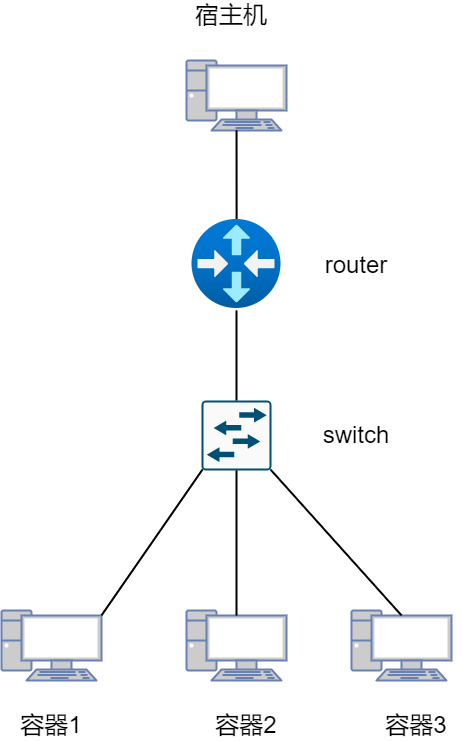
Earlier version of the draw.io export blog/network/docker-network/network.png (zgjsxx/static-img-repo). Source tidied: cells renumbered, new cells last; positions are measured from the earlier drawing's top-left corner, leaving out a move shared by most shapes. The source it was exported from:
```xml
<mxGraphModel>
  <root>
    <mxCell id="0" />
    <mxCell id="1" parent="0" />
    <mxCell id="2" style="edgeStyle=none;rounded=0;jettySize=auto;html=1;exitX=0.015;exitY=0.985;exitDx=0;exitDy=0;exitPerimeter=0;entryX=1;entryY=0.07;entryDx=0;entryDy=0;entryPerimeter=0;endArrow=none;endFill=0;" parent="1" edge="1" source="4" target="5">
      <mxGeometry relative="1" as="geometry" />
    </mxCell>
    <mxCell id="3" style="edgeStyle=none;rounded=0;jettySize=auto;html=1;exitX=0.5;exitY=0;exitDx=0;exitDy=0;exitPerimeter=0;endArrow=none;endFill=0;entryX=0.5;entryY=0.8;entryDx=0;entryDy=0;entryPerimeter=0;" parent="1" edge="1" source="4">
      <mxGeometry relative="1" as="geometry">
        <mxPoint x="235" y="310" as="targetPoint" />
      </mxGeometry>
    </mxCell>
    <mxCell id="4" style="sketch=0;points=[[0.015,0.015,0],[0.985,0.015,0],[0.985,0.985,0],[0.015,0.985,0],[0.25,0,0],[0.5,0,0],[0.75,0,0],[1,0.25,0],[1,0.5,0],[1,0.75,0],[0.75,1,0],[0.5,1,0],[0.25,1,0],[0,0.75,0],[0,0.5,0],[0,0.25,0]];verticalLabelPosition=bottom;html=1;verticalAlign=top;align=center;shape=mxgraph.cisco19.rect;prIcon=l2_switch;fillColor=#FAFAFA;strokeColor=#005073;" parent="1" vertex="1">
      <mxGeometry x="200" y="400" width="70" height="70" as="geometry" />
    </mxCell>
    <mxCell id="5" style="fontColor=#0066CC;verticalAlign=top;verticalLabelPosition=bottom;labelPosition=center;align=center;html=1;outlineConnect=0;fillColor=#CCCCCC;strokeColor=#6881B3;gradientColor=none;gradientDirection=north;strokeWidth=2;shape=mxgraph.networks.pc;" parent="1" vertex="1">
      <mxGeometry y="610" width="100" height="70" as="geometry" />
    </mxCell>
    <mxCell id="6" style="fontColor=#0066CC;verticalAlign=top;verticalLabelPosition=bottom;labelPosition=center;align=center;html=1;outlineConnect=0;fillColor=#CCCCCC;strokeColor=#6881B3;gradientColor=none;gradientDirection=north;strokeWidth=2;shape=mxgraph.networks.pc;" parent="1" vertex="1">
      <mxGeometry x="185" y="610" width="100" height="70" as="geometry" />
    </mxCell>
    <mxCell id="7" style="fontColor=#0066CC;verticalAlign=top;verticalLabelPosition=bottom;labelPosition=center;align=center;html=1;outlineConnect=0;fillColor=#CCCCCC;strokeColor=#6881B3;gradientColor=none;gradientDirection=north;strokeWidth=2;shape=mxgraph.networks.pc;" parent="1" vertex="1">
      <mxGeometry x="350" y="610" width="100" height="70" as="geometry" />
    </mxCell>
    <mxCell id="8" style="edgeStyle=none;rounded=0;jettySize=auto;html=1;exitX=0.5;exitY=1;exitDx=0;exitDy=0;exitPerimeter=0;entryX=0.5;entryY=0.07;entryDx=0;entryDy=0;entryPerimeter=0;endArrow=none;endFill=0;" parent="1" edge="1" source="4" target="6">
      <mxGeometry relative="1" as="geometry" />
    </mxCell>
    <mxCell id="9" style="edgeStyle=none;rounded=0;jettySize=auto;html=1;exitX=0.985;exitY=0.985;exitDx=0;exitDy=0;exitPerimeter=0;entryX=0.5;entryY=0.07;entryDx=0;entryDy=0;entryPerimeter=0;endArrow=none;endFill=0;fontSize=13;strokeWidth=2;" parent="1" edge="1" source="4" target="7">
      <mxGeometry relative="1" as="geometry" />
    </mxCell>
    <mxCell id="10" style="fontColor=#0066CC;verticalAlign=top;verticalLabelPosition=bottom;labelPosition=center;align=center;html=1;outlineConnect=0;fillColor=#CCCCCC;strokeColor=#6881B3;gradientColor=none;gradientDirection=north;strokeWidth=2;shape=mxgraph.networks.pc;" parent="1" vertex="1">
      <mxGeometry x="185" y="60" width="100" height="70" as="geometry" />
    </mxCell>
    <mxCell id="11" style="edgeStyle=none;rounded=0;jettySize=auto;html=1;endArrow=none;endFill=0;exitX=0.501;exitY=-0.007;exitDx=0;exitDy=0;exitPerimeter=0;" parent="1" edge="1" source="13" target="10">
      <mxGeometry relative="1" as="geometry" />
    </mxCell>
    <mxCell id="12" style="edgeStyle=none;rounded=0;jettySize=auto;html=1;fontSize=13;endArrow=none;endFill=0;" parent="1" edge="1" source="13" target="10">
      <mxGeometry relative="1" as="geometry" />
    </mxCell>
    <mxCell id="13" style="html=1;points=[];align=center;image;fontSize=12;image=img/lib/azure2/networking/Virtual_Router.svg;" parent="1" vertex="1">
      <mxGeometry x="190.5" y="219" width="89" height="89" as="geometry" />
    </mxCell>
    <mxCell id="14" style="edgeStyle=none;rounded=0;orthogonalLoop=1;jettySize=auto;html=1;endArrow=none;endFill=0;exitX=0.501;exitY=-0.007;exitDx=0;exitDy=0;exitPerimeter=0;fontSize=17;strokeWidth=2;" parent="1" edge="1">
      <mxGeometry relative="1" as="geometry">
        <mxPoint x="235.1" y="218.4" as="sourcePoint" />
        <mxPoint x="235" y="130" as="targetPoint" />
      </mxGeometry>
    </mxCell>
    <mxCell id="15" style="edgeStyle=none;rounded=0;orthogonalLoop=1;jettySize=auto;html=1;exitX=0.5;exitY=0;exitDx=0;exitDy=0;exitPerimeter=0;endArrow=none;endFill=0;entryX=0.5;entryY=0.8;entryDx=0;entryDy=0;entryPerimeter=0;fontSize=13;strokeWidth=2;" parent="1" edge="1">
      <mxGeometry relative="1" as="geometry">
        <mxPoint x="235" y="400" as="sourcePoint" />
        <mxPoint x="235" y="310" as="targetPoint" />
      </mxGeometry>
    </mxCell>
    <mxCell id="16" style="edgeStyle=none;rounded=0;orthogonalLoop=1;jettySize=auto;html=1;exitX=0.015;exitY=0.985;exitDx=0;exitDy=0;exitPerimeter=0;entryX=1;entryY=0.07;entryDx=0;entryDy=0;entryPerimeter=0;endArrow=none;endFill=0;fontSize=13;strokeWidth=2;" parent="1" edge="1">
      <mxGeometry relative="1" as="geometry">
        <mxPoint x="201.1" y="469" as="sourcePoint" />
        <mxPoint x="100" y="614.9" as="targetPoint" />
      </mxGeometry>
    </mxCell>
    <mxCell id="17" style="edgeStyle=none;rounded=0;orthogonalLoop=1;jettySize=auto;html=1;exitX=0.5;exitY=1;exitDx=0;exitDy=0;exitPerimeter=0;entryX=0.5;entryY=0.07;entryDx=0;entryDy=0;entryPerimeter=0;endArrow=none;endFill=0;fontSize=13;strokeWidth=2;" parent="1" edge="1">
      <mxGeometry relative="1" as="geometry">
        <mxPoint x="235" y="470" as="sourcePoint" />
        <mxPoint x="235" y="614.9" as="targetPoint" />
      </mxGeometry>
    </mxCell>
    <mxCell id="18" value="&lt;font style=&quot;font-size: 24px;&quot;&gt;宿主机&lt;/font&gt;" style="text;strokeColor=none;align=center;fillColor=none;html=1;verticalAlign=middle;whiteSpace=wrap;rounded=0;fontSize=17;" parent="1" vertex="1">
      <mxGeometry x="185" width="90" height="30" as="geometry" />
    </mxCell>
    <mxCell id="19" value="&lt;font style=&quot;font-size: 24px;&quot;&gt;容器1&lt;/font&gt;" style="text;strokeColor=none;align=center;fillColor=none;html=1;verticalAlign=middle;whiteSpace=wrap;rounded=0;fontSize=17;" parent="1" vertex="1">
      <mxGeometry x="5" y="710" width="90" height="30" as="geometry" />
    </mxCell>
    <mxCell id="20" value="&lt;font style=&quot;font-size: 24px;&quot;&gt;容器2&lt;/font&gt;" style="text;strokeColor=none;align=center;fillColor=none;html=1;verticalAlign=middle;whiteSpace=wrap;rounded=0;fontSize=17;" parent="1" vertex="1">
      <mxGeometry x="200" y="710" width="90" height="30" as="geometry" />
    </mxCell>
    <mxCell id="21" value="&lt;font style=&quot;font-size: 24px;&quot;&gt;容器3&lt;/font&gt;" style="text;strokeColor=none;align=center;fillColor=none;html=1;verticalAlign=middle;whiteSpace=wrap;rounded=0;fontSize=17;" parent="1" vertex="1">
      <mxGeometry x="370" y="710" width="90" height="30" as="geometry" />
    </mxCell>
    <mxCell id="22" value="&lt;font style=&quot;font-size: 24px;&quot;&gt;router&lt;/font&gt;" style="text;strokeColor=none;align=center;fillColor=none;html=1;verticalAlign=middle;whiteSpace=wrap;rounded=0;fontSize=17;" parent="1" vertex="1">
      <mxGeometry x="310" y="250" width="90" height="30" as="geometry" />
    </mxCell>
    <mxCell id="23" value="&lt;font style=&quot;font-size: 24px;&quot;&gt;switch&lt;/font&gt;" style="text;strokeColor=none;align=center;fillColor=none;html=1;verticalAlign=middle;whiteSpace=wrap;rounded=0;fontSize=17;" parent="1" vertex="1">
      <mxGeometry x="310" y="420" width="90" height="30" as="geometry" />
    </mxCell>
  </root>
</mxGraphModel>
```
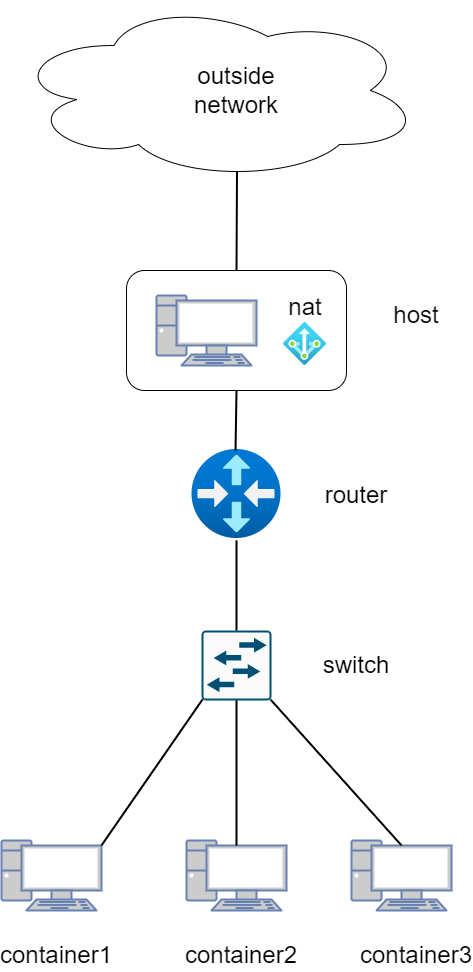
After the change.

The edit, as a diff of the source:
```diff
@@ -28,24 +28,9 @@
     <mxCell id="9" style="edgeStyle=none;rounded=0;jettySize=auto;html=1;exitX=0.985;exitY=0.985;exitDx=0;exitDy=0;exitPerimeter=0;entryX=0.5;entryY=0.07;entryDx=0;entryDy=0;entryPerimeter=0;endArrow=none;endFill=0;fontSize=13;strokeWidth=2;" parent="1" edge="1" source="4" target="7">
       <mxGeometry relative="1" as="geometry" />
     </mxCell>
-    <mxCell id="10" style="fontColor=#0066CC;verticalAlign=top;verticalLabelPosition=bottom;labelPosition=center;align=center;html=1;outlineConnect=0;fillColor=#CCCCCC;strokeColor=#6881B3;gradientColor=none;gradientDirection=north;strokeWidth=2;shape=mxgraph.networks.pc;" parent="1" vertex="1">
-      <mxGeometry x="185" y="60" width="100" height="70" as="geometry" />
-    </mxCell>
-    <mxCell id="11" style="edgeStyle=none;rounded=0;jettySize=auto;html=1;endArrow=none;endFill=0;exitX=0.501;exitY=-0.007;exitDx=0;exitDy=0;exitPerimeter=0;" parent="1" edge="1" source="13" target="10">
-      <mxGeometry relative="1" as="geometry" />
-    </mxCell>
-    <mxCell id="12" style="edgeStyle=none;rounded=0;jettySize=auto;html=1;fontSize=13;endArrow=none;endFill=0;" parent="1" edge="1" source="13" target="10">
-      <mxGeometry relative="1" as="geometry" />
-    </mxCell>
     <mxCell id="13" style="html=1;points=[];align=center;image;fontSize=12;image=img/lib/azure2/networking/Virtual_Router.svg;" parent="1" vertex="1">
       <mxGeometry x="190.5" y="219" width="89" height="89" as="geometry" />
     </mxCell>
-    <mxCell id="14" style="edgeStyle=none;rounded=0;orthogonalLoop=1;jettySize=auto;html=1;endArrow=none;endFill=0;exitX=0.501;exitY=-0.007;exitDx=0;exitDy=0;exitPerimeter=0;fontSize=17;strokeWidth=2;" parent="1" edge="1">
-      <mxGeometry relative="1" as="geometry">
-        <mxPoint x="235.1" y="218.4" as="sourcePoint" />
-        <mxPoint x="235" y="130" as="targetPoint" />
-      </mxGeometry>
-    </mxCell>
     <mxCell id="15" style="edgeStyle=none;rounded=0;orthogonalLoop=1;jettySize=auto;html=1;exitX=0.5;exitY=0;exitDx=0;exitDy=0;exitPerimeter=0;endArrow=none;endFill=0;entryX=0.5;entryY=0.8;entryDx=0;entryDy=0;entryPerimeter=0;fontSize=13;strokeWidth=2;" parent="1" edge="1">
       <mxGeometry relative="1" as="geometry">
         <mxPoint x="235" y="400" as="sourcePoint" />
@@ -64,23 +49,50 @@
         <mxPoint x="235" y="614.9" as="targetPoint" />
       </mxGeometry>
     </mxCell>
-    <mxCell id="18" value="&lt;font style=&quot;font-size: 24px;&quot;&gt;宿主机&lt;/font&gt;" style="text;strokeColor=none;align=center;fillColor=none;html=1;verticalAlign=middle;whiteSpace=wrap;rounded=0;fontSize=17;" parent="1" vertex="1">
-      <mxGeometry x="185" width="90" height="30" as="geometry" />
+    <mxCell id="18" value="&lt;font style=&quot;font-size: 24px;&quot;&gt;host&lt;/font&gt;" style="text;strokeColor=none;align=center;fillColor=none;html=1;verticalAlign=middle;whiteSpace=wrap;rounded=0;fontSize=17;" parent="1" vertex="1">
+      <mxGeometry x="370" y="70" width="90" height="30" as="geometry" />
     </mxCell>
-    <mxCell id="19" value="&lt;font style=&quot;font-size: 24px;&quot;&gt;容器1&lt;/font&gt;" style="text;strokeColor=none;align=center;fillColor=none;html=1;verticalAlign=middle;whiteSpace=wrap;rounded=0;fontSize=17;" parent="1" vertex="1">
-      <mxGeometry x="5" y="710" width="90" height="30" as="geometry" />
+    <mxCell id="19" value="&lt;font style=&quot;font-size: 24px;&quot;&gt;container1&lt;/font&gt;" style="text;strokeColor=none;align=center;fillColor=none;html=1;verticalAlign=middle;whiteSpace=wrap;rounded=0;fontSize=17;" parent="1" vertex="1">
+      <mxGeometry x="10" y="710" width="90" height="30" as="geometry" />
     </mxCell>
-    <mxCell id="20" value="&lt;font style=&quot;font-size: 24px;&quot;&gt;容器2&lt;/font&gt;" style="text;strokeColor=none;align=center;fillColor=none;html=1;verticalAlign=middle;whiteSpace=wrap;rounded=0;fontSize=17;" parent="1" vertex="1">
-      <mxGeometry x="200" y="710" width="90" height="30" as="geometry" />
-    </mxCell>
-    <mxCell id="21" value="&lt;font style=&quot;font-size: 24px;&quot;&gt;容器3&lt;/font&gt;" style="text;strokeColor=none;align=center;fillColor=none;html=1;verticalAlign=middle;whiteSpace=wrap;rounded=0;fontSize=17;" parent="1" vertex="1">
-      <mxGeometry x="370" y="710" width="90" height="30" as="geometry" />
-    </mxCell>
     <mxCell id="22" value="&lt;font style=&quot;font-size: 24px;&quot;&gt;router&lt;/font&gt;" style="text;strokeColor=none;align=center;fillColor=none;html=1;verticalAlign=middle;whiteSpace=wrap;rounded=0;fontSize=17;" parent="1" vertex="1">
       <mxGeometry x="310" y="250" width="90" height="30" as="geometry" />
     </mxCell>
     <mxCell id="23" value="&lt;font style=&quot;font-size: 24px;&quot;&gt;switch&lt;/font&gt;" style="text;strokeColor=none;align=center;fillColor=none;html=1;verticalAlign=middle;whiteSpace=wrap;rounded=0;fontSize=17;" parent="1" vertex="1">
       <mxGeometry x="310" y="420" width="90" height="30" as="geometry" />
     </mxCell>
+    <mxCell id="24" value="&lt;font style=&quot;font-size: 24px;&quot;&gt;container3&lt;/font&gt;" style="text;strokeColor=none;align=center;fillColor=none;html=1;verticalAlign=middle;whiteSpace=wrap;rounded=0;fontSize=17;" parent="1" vertex="1">
+      <mxGeometry x="370" y="710" width="90" height="30" as="geometry" />
+    </mxCell>
+    <mxCell id="25" value="&lt;font style=&quot;font-size: 24px;&quot;&gt;container2&lt;/font&gt;" style="text;strokeColor=none;align=center;fillColor=none;html=1;verticalAlign=middle;whiteSpace=wrap;rounded=0;fontSize=17;" parent="1" vertex="1">
+      <mxGeometry x="195" y="710" width="90" height="30" as="geometry" />
+    </mxCell>
+    <mxCell id="26" style="group;" parent="1" vertex="1">
+      <mxGeometry x="125" y="40" width="220" height="120" as="geometry" />
+    </mxCell>
+    <mxCell id="27" style="rounded=1;whiteSpace=wrap;html=1;fontSize=24;" parent="26" vertex="1">
+      <mxGeometry width="220" height="120" as="geometry" />
+    </mxCell>
+    <mxCell id="10" style="fontColor=#0066CC;verticalAlign=top;verticalLabelPosition=bottom;labelPosition=center;align=center;html=1;outlineConnect=0;fillColor=#CCCCCC;strokeColor=#6881B3;gradientColor=none;gradientDirection=north;strokeWidth=2;shape=mxgraph.networks.pc;" parent="26" vertex="1">
+      <mxGeometry x="30" y="25" width="100" height="70" as="geometry" />
+    </mxCell>
+    <mxCell id="28" style="html=1;align=center;image;fontSize=12;image=img/lib/azure2/networking/NAT.svg;" parent="26" vertex="1">
+      <mxGeometry x="157" y="52" width="43" height="43" as="geometry" />
+    </mxCell>
+    <mxCell id="29" value="&lt;font style=&quot;font-size: 24px;&quot;&gt;nat&lt;/font&gt;" style="text;strokeColor=none;align=center;fillColor=none;html=1;verticalAlign=middle;whiteSpace=wrap;rounded=0;fontSize=17;" parent="26" vertex="1">
+      <mxGeometry x="148.5" y="22" width="60" height="30" as="geometry" />
+    </mxCell>
+    <mxCell id="30" style="edgeStyle=none;rounded=0;jettySize=auto;html=1;exitX=0.5;exitY=1;exitDx=0;exitDy=0;entryX=0.489;entryY=0.011;entryDx=0;entryDy=0;entryPerimeter=0;strokeWidth=2;fontSize=24;endArrow=none;endFill=0;" parent="1" edge="1" source="27" target="13">
+      <mxGeometry relative="1" as="geometry" />
+    </mxCell>
+    <mxCell id="31" style="ellipse;shape=cloud;whiteSpace=wrap;html=1;fontSize=24;" parent="1" vertex="1">
+      <mxGeometry x="10" y="-230" width="410" height="180" as="geometry" />
+    </mxCell>
+    <mxCell id="32" style="edgeStyle=none;rounded=0;jettySize=auto;html=1;exitX=0.5;exitY=0;exitDx=0;exitDy=0;entryX=0.55;entryY=0.95;entryDx=0;entryDy=0;entryPerimeter=0;strokeWidth=2;fontSize=24;endArrow=none;endFill=0;" parent="1" edge="1" source="27" target="31">
+      <mxGeometry relative="1" as="geometry" />
+    </mxCell>
+    <mxCell id="33" value="&lt;font style=&quot;font-size: 24px;&quot;&gt;outside network&lt;br&gt;&lt;/font&gt;" style="text;strokeColor=none;align=center;fillColor=none;html=1;verticalAlign=middle;whiteSpace=wrap;rounded=0;fontSize=17;" parent="1" vertex="1">
+      <mxGeometry x="170" y="-155" width="130" height="30" as="geometry" />
+    </mxCell>
   </root>
 </mxGraphModel>
```
